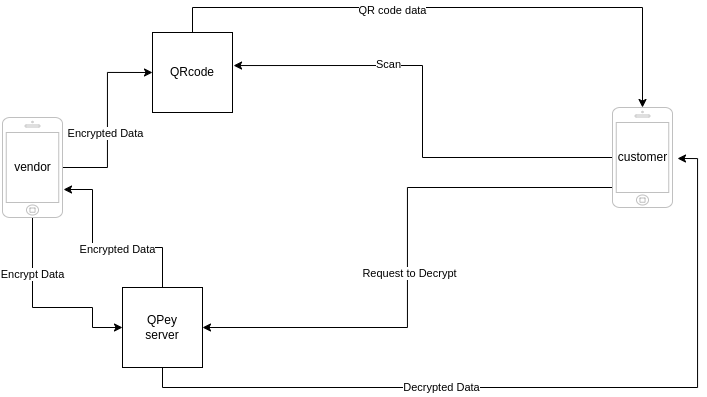
The draw.io diagram .github/qpey-ciphering.drawio.png in qpey/backend, before a commit. Source tidied: cells renumbered, new cells last; positions are measured from the earlier drawing's top-left corner, leaving out a move shared by most shapes. Source of this version:
```xml
<mxGraphModel>
  <root>
    <mxCell id="0" />
    <mxCell id="1" parent="0" />
    <mxCell id="2" style="edgeStyle=orthogonalEdgeStyle;rounded=0;jettySize=auto;html=1;entryX=0;entryY=0.5;entryDx=0;entryDy=0;" parent="1" edge="1" source="6" target="11">
      <mxGeometry relative="1" as="geometry">
        <Array as="points">
          <mxPoint x="30" y="300" />
          <mxPoint x="90" y="300" />
          <mxPoint x="90" y="320" />
        </Array>
      </mxGeometry>
    </mxCell>
    <mxCell id="3" value="Encrypt Data" style="edgeLabel;html=1;align=center;verticalAlign=middle;" parent="2" vertex="1">
      <mxGeometry x="-0.44" y="-1" relative="1" as="geometry" />
    </mxCell>
    <mxCell id="4" style="edgeStyle=orthogonalEdgeStyle;rounded=0;jettySize=auto;html=1;entryX=0;entryY=0.5;entryDx=0;entryDy=0;" parent="1" edge="1" source="6" target="21">
      <mxGeometry relative="1" as="geometry" />
    </mxCell>
    <mxCell id="5" value="Encrypted Data" style="edgeLabel;html=1;align=center;verticalAlign=middle;" parent="4" vertex="1">
      <mxGeometry x="-0.14" y="3" relative="1" as="geometry" />
    </mxCell>
    <mxCell id="6" style="html=1;verticalLabelPosition=bottom;labelBackgroundColor=#ffffff;verticalAlign=top;shadow=0;dashed=0;strokeWidth=1;shape=mxgraph.ios7.misc.iphone;strokeColor=#c0c0c0;" parent="1" vertex="1">
      <mxGeometry y="110" width="60" height="100" as="geometry" />
    </mxCell>
    <mxCell id="7" style="edgeStyle=orthogonalEdgeStyle;rounded=0;jettySize=auto;html=1;entryX=1.017;entryY=0.72;entryDx=0;entryDy=0;entryPerimeter=0;" parent="1" edge="1" source="11" target="6">
      <mxGeometry relative="1" as="geometry">
        <Array as="points">
          <mxPoint x="160" y="240" />
          <mxPoint x="90" y="240" />
          <mxPoint x="90" y="182" />
        </Array>
      </mxGeometry>
    </mxCell>
    <mxCell id="8" value="Encrypted Data" style="edgeLabel;html=1;align=center;verticalAlign=middle;" parent="7" vertex="1">
      <mxGeometry x="-0.13" y="1" relative="1" as="geometry" />
    </mxCell>
    <mxCell id="9" style="edgeStyle=orthogonalEdgeStyle;rounded=0;jettySize=auto;html=1;entryX=1;entryY=0.533;entryDx=0;entryDy=0;entryPerimeter=0;" parent="1" edge="1" source="11" target="18">
      <mxGeometry relative="1" as="geometry">
        <Array as="points">
          <mxPoint x="160" y="380" />
          <mxPoint x="695" y="380" />
          <mxPoint x="695" y="151" />
        </Array>
      </mxGeometry>
    </mxCell>
    <mxCell id="10" value="Decrypted Data" style="edgeLabel;html=1;align=center;verticalAlign=middle;" parent="9" vertex="1">
      <mxGeometry x="-0.26" y="1" relative="1" as="geometry" />
    </mxCell>
    <mxCell id="11" value="QPey&lt;br&gt;server" style="whiteSpace=wrap;html=1;" parent="1" vertex="1">
      <mxGeometry x="120" y="280" width="80" height="80" as="geometry" />
    </mxCell>
    <mxCell id="12" style="edgeStyle=orthogonalEdgeStyle;rounded=0;jettySize=auto;html=1;entryX=1.013;entryY=0.413;entryDx=0;entryDy=0;entryPerimeter=0;" parent="1" edge="1" source="16" target="21">
      <mxGeometry relative="1" as="geometry" />
    </mxCell>
    <mxCell id="13" value="Scan" style="edgeLabel;html=1;align=center;verticalAlign=middle;" parent="12" vertex="1">
      <mxGeometry x="0.35" y="-2" relative="1" as="geometry" />
    </mxCell>
    <mxCell id="14" style="edgeStyle=orthogonalEdgeStyle;rounded=0;jettySize=auto;html=1;entryX=1;entryY=0.5;entryDx=0;entryDy=0;" parent="1" edge="1" source="16" target="11">
      <mxGeometry relative="1" as="geometry">
        <Array as="points">
          <mxPoint x="405" y="180" />
          <mxPoint x="405" y="320" />
        </Array>
      </mxGeometry>
    </mxCell>
    <mxCell id="15" value="Request to Decrypt" style="edgeLabel;html=1;align=center;verticalAlign=middle;" parent="14" vertex="1">
      <mxGeometry x="0.06" y="1" relative="1" as="geometry" />
    </mxCell>
    <mxCell id="16" style="html=1;verticalLabelPosition=bottom;labelBackgroundColor=#ffffff;verticalAlign=top;shadow=0;dashed=0;strokeWidth=1;shape=mxgraph.ios7.misc.iphone;strokeColor=#c0c0c0;" parent="1" vertex="1">
      <mxGeometry x="610" y="100" width="60" height="100" as="geometry" />
    </mxCell>
    <mxCell id="17" value="vendor" style="text;html=1;align=center;verticalAlign=middle;points=[];strokeColor=none;fillColor=none;" parent="1" vertex="1">
      <mxGeometry y="145" width="60" height="30" as="geometry" />
    </mxCell>
    <mxCell id="18" value="customer" style="text;html=1;align=center;verticalAlign=middle;points=[];strokeColor=none;fillColor=none;" parent="1" vertex="1">
      <mxGeometry x="605" y="135" width="70" height="30" as="geometry" />
    </mxCell>
    <mxCell id="19" style="edgeStyle=orthogonalEdgeStyle;rounded=0;jettySize=auto;html=1;entryX=0.5;entryY=0;entryDx=0;entryDy=0;entryPerimeter=0;" parent="1" edge="1" source="21" target="16">
      <mxGeometry relative="1" as="geometry">
        <Array as="points">
          <mxPoint x="190" />
          <mxPoint x="640" />
        </Array>
      </mxGeometry>
    </mxCell>
    <mxCell id="20" value="QR code data" style="edgeLabel;html=1;align=center;verticalAlign=middle;" parent="19" vertex="1">
      <mxGeometry x="-0.22" y="-2" relative="1" as="geometry" />
    </mxCell>
    <mxCell id="21" value="QRcode" style="whiteSpace=wrap;html=1;" parent="1" vertex="1">
      <mxGeometry x="150" y="25" width="80" height="80" as="geometry" />
    </mxCell>
  </root>
</mxGraphModel>
```
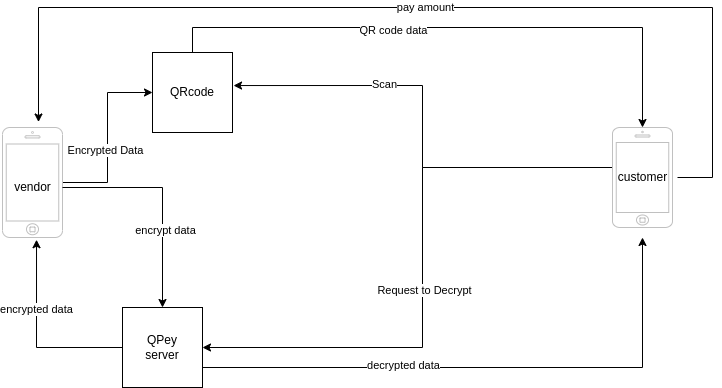
After the commit.

The edit, as a diff of the source:
```diff
@@ -2,18 +2,6 @@
   <root>
     <mxCell id="0" />
     <mxCell id="1" parent="0" />
-    <mxCell id="2" style="edgeStyle=orthogonalEdgeStyle;rounded=0;jettySize=auto;html=1;entryX=0;entryY=0.5;entryDx=0;entryDy=0;" parent="1" edge="1" source="6" target="11">
-      <mxGeometry relative="1" as="geometry">
-        <Array as="points">
-          <mxPoint x="30" y="300" />
-          <mxPoint x="90" y="300" />
-          <mxPoint x="90" y="320" />
-        </Array>
-      </mxGeometry>
-    </mxCell>
-    <mxCell id="3" value="Encrypt Data" style="edgeLabel;html=1;align=center;verticalAlign=middle;" parent="2" vertex="1">
-      <mxGeometry x="-0.44" y="-1" relative="1" as="geometry" />
-    </mxCell>
     <mxCell id="4" style="edgeStyle=orthogonalEdgeStyle;rounded=0;jettySize=auto;html=1;entryX=0;entryY=0.5;entryDx=0;entryDy=0;" parent="1" edge="1" source="6" target="21">
       <mxGeometry relative="1" as="geometry" />
     </mxCell>
@@ -21,37 +9,35 @@
       <mxGeometry x="-0.14" y="3" relative="1" as="geometry" />
     </mxCell>
     <mxCell id="6" style="html=1;verticalLabelPosition=bottom;labelBackgroundColor=#ffffff;verticalAlign=top;shadow=0;dashed=0;strokeWidth=1;shape=mxgraph.ios7.misc.iphone;strokeColor=#c0c0c0;" parent="1" vertex="1">
-      <mxGeometry y="110" width="60" height="100" as="geometry" />
+      <mxGeometry y="100" width="60" height="110" as="geometry" />
     </mxCell>
-    <mxCell id="7" style="edgeStyle=orthogonalEdgeStyle;rounded=0;jettySize=auto;html=1;entryX=1.017;entryY=0.72;entryDx=0;entryDy=0;entryPerimeter=0;" parent="1" edge="1" source="11" target="6">
-      <mxGeometry relative="1" as="geometry">
-        <Array as="points">
-          <mxPoint x="160" y="240" />
-          <mxPoint x="90" y="240" />
-          <mxPoint x="90" y="182" />
-        </Array>
-      </mxGeometry>
+    <mxCell id="7" style="edgeStyle=orthogonalEdgeStyle;rounded=0;jettySize=auto;html=1;entryX=0.567;entryY=1.02;entryDx=0;entryDy=0;entryPerimeter=0;" parent="1" edge="1" source="11" target="6">
+      <mxGeometry relative="1" as="geometry" />
     </mxCell>
-    <mxCell id="8" value="Encrypted Data" style="edgeLabel;html=1;align=center;verticalAlign=middle;" parent="7" vertex="1">
-      <mxGeometry x="-0.13" y="1" relative="1" as="geometry" />
-    </mxCell>
-    <mxCell id="9" style="edgeStyle=orthogonalEdgeStyle;rounded=0;jettySize=auto;html=1;entryX=1;entryY=0.533;entryDx=0;entryDy=0;entryPerimeter=0;" parent="1" edge="1" source="11" target="18">
-      <mxGeometry relative="1" as="geometry">
-        <Array as="points">
-          <mxPoint x="160" y="380" />
-          <mxPoint x="695" y="380" />
-          <mxPoint x="695" y="151" />
-        </Array>
-      </mxGeometry>
-    </mxCell>
-    <mxCell id="10" value="Decrypted Data" style="edgeLabel;html=1;align=center;verticalAlign=middle;" parent="9" vertex="1">
-      <mxGeometry x="-0.26" y="1" relative="1" as="geometry" />
-    </mxCell>
+    <mxCell id="22" value="encrypted data" style="edgeLabel;html=1;align=center;verticalAlign=middle;" parent="7" vertex="1">
+      <mxGeometry x="0.28" y="1" relative="1" as="geometry" />
+    </mxCell>
+    <mxCell id="23" style="edgeStyle=orthogonalEdgeStyle;rounded=0;jettySize=auto;html=1;" parent="1" edge="1" source="11">
+      <mxGeometry relative="1" as="geometry">
+        <mxPoint x="640" y="210" as="targetPoint" />
+        <Array as="points">
+          <mxPoint x="640" y="340" />
+        </Array>
+      </mxGeometry>
+    </mxCell>
+    <mxCell id="24" value="decrypted data" style="edgeLabel;html=1;align=center;verticalAlign=middle;" parent="23" vertex="1">
+      <mxGeometry x="-0.3" y="3" relative="1" as="geometry" />
+    </mxCell>
     <mxCell id="11" value="QPey&lt;br&gt;server" style="whiteSpace=wrap;html=1;" parent="1" vertex="1">
       <mxGeometry x="120" y="280" width="80" height="80" as="geometry" />
     </mxCell>
     <mxCell id="12" style="edgeStyle=orthogonalEdgeStyle;rounded=0;jettySize=auto;html=1;entryX=1.013;entryY=0.413;entryDx=0;entryDy=0;entryPerimeter=0;" parent="1" edge="1" source="16" target="21">
-      <mxGeometry relative="1" as="geometry" />
+      <mxGeometry relative="1" as="geometry">
+        <Array as="points">
+          <mxPoint x="420" y="140" />
+          <mxPoint x="420" y="58" />
+        </Array>
+      </mxGeometry>
     </mxCell>
     <mxCell id="13" value="Scan" style="edgeLabel;html=1;align=center;verticalAlign=middle;" parent="12" vertex="1">
       <mxGeometry x="0.35" y="-2" relative="1" as="geometry" />
@@ -59,8 +45,8 @@
     <mxCell id="14" style="edgeStyle=orthogonalEdgeStyle;rounded=0;jettySize=auto;html=1;entryX=1;entryY=0.5;entryDx=0;entryDy=0;" parent="1" edge="1" source="16" target="11">
       <mxGeometry relative="1" as="geometry">
         <Array as="points">
-          <mxPoint x="405" y="180" />
-          <mxPoint x="405" y="320" />
+          <mxPoint x="420" y="140" />
+          <mxPoint x="420" y="320" />
         </Array>
       </mxGeometry>
     </mxCell>
@@ -70,9 +56,27 @@
     <mxCell id="16" style="html=1;verticalLabelPosition=bottom;labelBackgroundColor=#ffffff;verticalAlign=top;shadow=0;dashed=0;strokeWidth=1;shape=mxgraph.ios7.misc.iphone;strokeColor=#c0c0c0;" parent="1" vertex="1">
       <mxGeometry x="610" y="100" width="60" height="100" as="geometry" />
     </mxCell>
+    <mxCell id="25" style="edgeStyle=orthogonalEdgeStyle;rounded=0;jettySize=auto;html=1;entryX=0.5;entryY=0;entryDx=0;entryDy=0;" parent="1" edge="1" source="17" target="11">
+      <mxGeometry relative="1" as="geometry" />
+    </mxCell>
+    <mxCell id="26" value="encrypt data" style="edgeLabel;html=1;align=center;verticalAlign=middle;" parent="25" vertex="1">
+      <mxGeometry x="0.29" y="2" relative="1" as="geometry" />
+    </mxCell>
     <mxCell id="17" value="vendor" style="text;html=1;align=center;verticalAlign=middle;points=[];strokeColor=none;fillColor=none;" parent="1" vertex="1">
       <mxGeometry y="145" width="60" height="30" as="geometry" />
     </mxCell>
+    <mxCell id="27" style="edgeStyle=orthogonalEdgeStyle;rounded=0;jettySize=auto;html=1;entryX=0.6;entryY=-0.05;entryDx=0;entryDy=0;entryPerimeter=0;" parent="1" edge="1" source="18" target="6">
+      <mxGeometry relative="1" as="geometry">
+        <Array as="points">
+          <mxPoint x="710" y="150" />
+          <mxPoint x="710" y="-20" />
+          <mxPoint x="36" y="-20" />
+        </Array>
+      </mxGeometry>
+    </mxCell>
+    <mxCell id="28" value="pay amount" style="edgeLabel;html=1;align=center;verticalAlign=middle;" parent="27" vertex="1">
+      <mxGeometry x="-0.01" y="-1" relative="1" as="geometry" />
+    </mxCell>
     <mxCell id="18" value="customer" style="text;html=1;align=center;verticalAlign=middle;points=[];strokeColor=none;fillColor=none;" parent="1" vertex="1">
       <mxGeometry x="605" y="135" width="70" height="30" as="geometry" />
     </mxCell>
```
